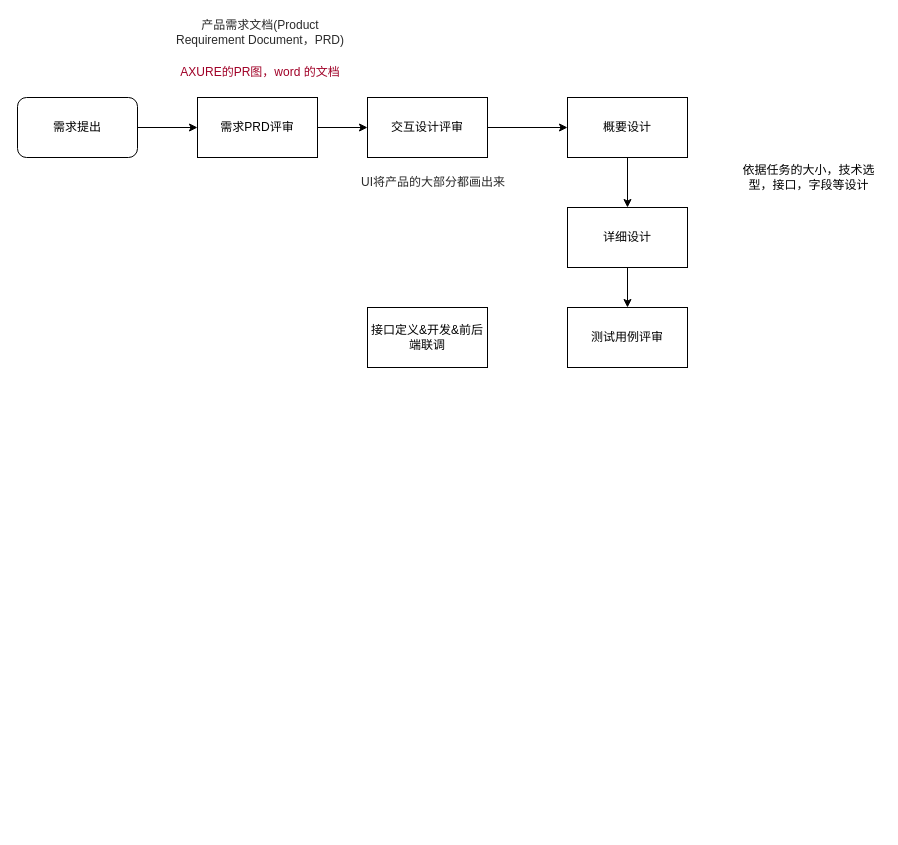
lzdong0714/note keeps this draw.io diagram as ComputerBase.drawio. Above is the earlier version. Source tidied: cells renumbered, new cells numbered last; positions are measured from the earlier drawing's top-left corner, leaving out a move shared by most shapes. Both pictures are drawn from the tidied source at 100%, with x=0, y=0 at pixel (17, 17).
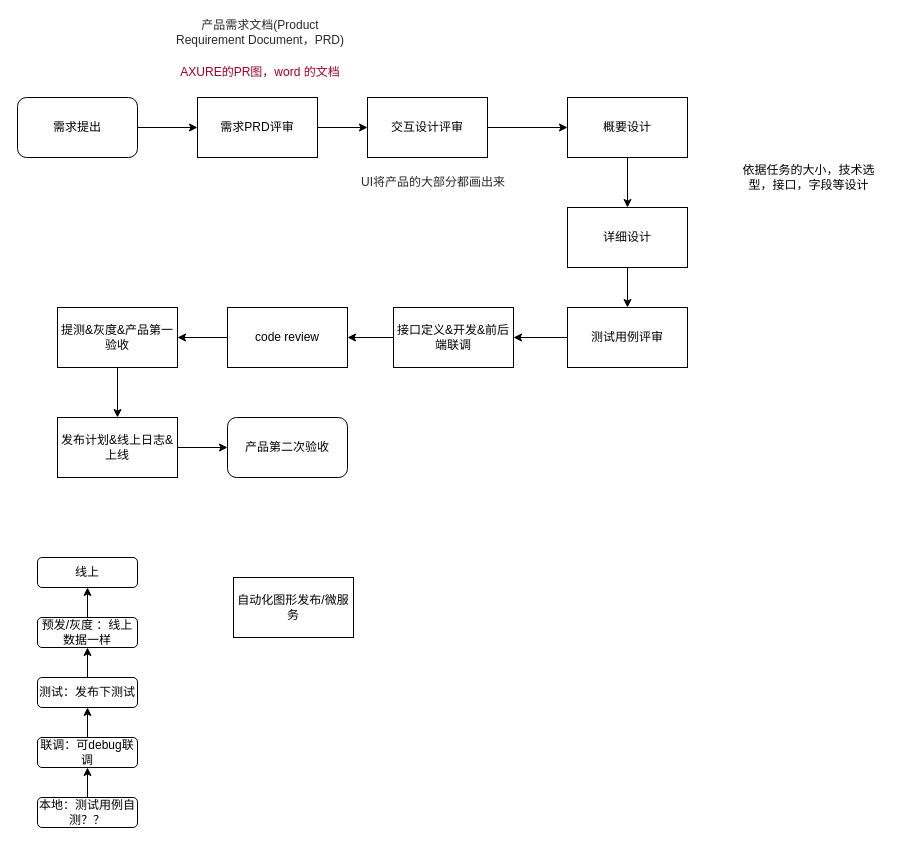
The same page after the edit.

Unchanged cells that the change refers to:
```xml
<mxCell id="13" value="测试用例评审" style="rounded=0;whiteSpace=wrap;html=1;" parent="1" vertex="1">
  <mxGeometry x="550" y="290" width="120" height="60" as="geometry" />
</mxCell>
```

The edit, as a diff of the source:
```diff
@@
+    <mxCell id="18" style="edgeStyle=orthogonalEdgeStyle;rounded=0;jettySize=auto;html=1;entryX=1;entryY=0.5;entryDx=0;entryDy=0;" parent="1" edge="1" source="13" target="17">
+      <mxGeometry relative="1" as="geometry" />
+    </mxCell>
@@
+    <mxCell id="19" style="edgeStyle=orthogonalEdgeStyle;rounded=0;jettySize=auto;html=1;entryX=1;entryY=0.5;entryDx=0;entryDy=0;" parent="1" edge="1" source="17" target="30">
+      <mxGeometry relative="1" as="geometry" />
+    </mxCell>
     <mxCell id="17" value="接口定义&amp;amp;开发&amp;amp;前后端联调" style="rounded=0;whiteSpace=wrap;html=1;" parent="1" vertex="1">
-      <mxGeometry x="350" y="290" width="120" height="60" as="geometry" />
+      <mxGeometry x="376" y="290" width="120" height="60" as="geometry" />
     </mxCell>
+    <mxCell id="20" style="edgeStyle=orthogonalEdgeStyle;rounded=0;jettySize=auto;html=1;entryX=0.5;entryY=1;entryDx=0;entryDy=0;" parent="1" edge="1" source="21" target="23">
+      <mxGeometry relative="1" as="geometry" />
+    </mxCell>
+    <mxCell id="21" value="本地：测试用例自测？？" style="rounded=1;whiteSpace=wrap;html=1;" parent="1" vertex="1">
+      <mxGeometry x="20" y="780" width="100" height="30" as="geometry" />
+    </mxCell>
+    <mxCell id="22" style="edgeStyle=orthogonalEdgeStyle;rounded=0;jettySize=auto;html=1;entryX=0.5;entryY=1;entryDx=0;entryDy=0;" parent="1" edge="1" source="23" target="25">
+      <mxGeometry relative="1" as="geometry" />
+    </mxCell>
+    <mxCell id="23" value="联调：可debug联调" style="rounded=1;whiteSpace=wrap;html=1;" parent="1" vertex="1">
+      <mxGeometry x="20" y="720" width="100" height="30" as="geometry" />
+    </mxCell>
+    <mxCell id="24" style="edgeStyle=orthogonalEdgeStyle;rounded=0;jettySize=auto;html=1;entryX=0.5;entryY=1;entryDx=0;entryDy=0;" parent="1" edge="1" source="25" target="27">
+      <mxGeometry relative="1" as="geometry" />
+    </mxCell>
+    <mxCell id="25" value="测试：发布下测试" style="rounded=1;whiteSpace=wrap;html=1;" parent="1" vertex="1">
+      <mxGeometry x="20" y="660" width="100" height="30" as="geometry" />
+    </mxCell>
+    <mxCell id="26" style="edgeStyle=orthogonalEdgeStyle;rounded=0;jettySize=auto;html=1;entryX=0.5;entryY=1;entryDx=0;entryDy=0;" parent="1" edge="1" source="27" target="28">
+      <mxGeometry relative="1" as="geometry" />
+    </mxCell>
+    <mxCell id="27" value="预发/灰度 ：线上数据一样" style="rounded=1;whiteSpace=wrap;html=1;" parent="1" vertex="1">
+      <mxGeometry x="20" y="600" width="100" height="30" as="geometry" />
+    </mxCell>
+    <mxCell id="28" value="线上" style="rounded=1;whiteSpace=wrap;html=1;" parent="1" vertex="1">
+      <mxGeometry x="20" y="540" width="100" height="30" as="geometry" />
+    </mxCell>
+    <mxCell id="29" style="edgeStyle=orthogonalEdgeStyle;rounded=0;jettySize=auto;html=1;entryX=1;entryY=0.5;entryDx=0;entryDy=0;" parent="1" edge="1" source="30" target="32">
+      <mxGeometry relative="1" as="geometry" />
+    </mxCell>
+    <mxCell id="30" value="code review" style="rounded=0;whiteSpace=wrap;html=1;" parent="1" vertex="1">
+      <mxGeometry x="210" y="290" width="120" height="60" as="geometry" />
+    </mxCell>
+    <mxCell id="31" style="edgeStyle=orthogonalEdgeStyle;rounded=0;jettySize=auto;html=1;" parent="1" edge="1" source="32" target="34">
+      <mxGeometry relative="1" as="geometry" />
+    </mxCell>
+    <mxCell id="32" value="提测&amp;amp;灰度&amp;amp;产品第一验收" style="rounded=0;whiteSpace=wrap;html=1;" parent="1" vertex="1">
+      <mxGeometry x="40" y="290" width="120" height="60" as="geometry" />
+    </mxCell>
+    <mxCell id="33" style="edgeStyle=orthogonalEdgeStyle;rounded=0;jettySize=auto;html=1;entryX=0;entryY=0.5;entryDx=0;entryDy=0;" parent="1" edge="1" source="34" target="36">
+      <mxGeometry relative="1" as="geometry" />
+    </mxCell>
+    <mxCell id="34" value="发布计划&amp;amp;线上日志&amp;amp;上线" style="rounded=0;whiteSpace=wrap;html=1;" parent="1" vertex="1">
+      <mxGeometry x="40" y="400" width="120" height="60" as="geometry" />
+    </mxCell>
+    <mxCell id="35" value="自动化图形发布/微服务" style="rounded=0;whiteSpace=wrap;html=1;" parent="1" vertex="1">
+      <mxGeometry x="216" y="560" width="120" height="60" as="geometry" />
+    </mxCell>
+    <mxCell id="36" value="&lt;span&gt;产品第二次验收&lt;/span&gt;" style="rounded=1;whiteSpace=wrap;html=1;" parent="1" vertex="1">
+      <mxGeometry x="210" y="400" width="120" height="60" as="geometry" />
+    </mxCell>
```
